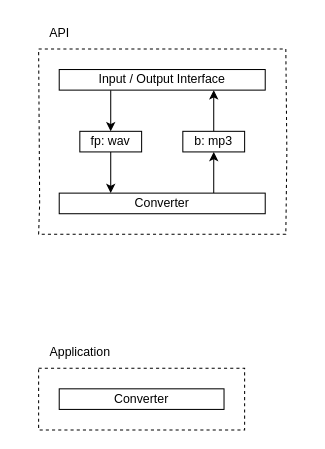
The draw.io diagram page "API" (2 of 3) of _readme/Diagram.drawio in ames0k0/TP--Audio-File-Converter, before the edit. Source tidied: cells renumbered, new cells numbered last; positions are measured from the earlier drawing's top-left corner, leaving out a move shared by most shapes. Both pictures are drawn from the tidied source at 103%, with x=0, y=0 at pixel (38, 18).
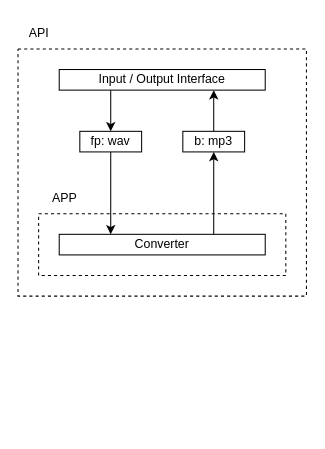
The same page after the edit.

Commit message (it also covers changes not shown here):
api: Updated `converter()`

Unchanged cells that the change refers to:
```xml
<mxCell id="7" value="b: mp3" style="whiteSpace=wrap;html=1;" parent="1" vertex="1">
  <mxGeometry x="140" y="110" width="60" height="20" as="geometry" />
</mxCell>
<mxCell id="11" value="fp: wav" style="whiteSpace=wrap;html=1;" parent="1" vertex="1">
  <mxGeometry x="40" y="110" width="60" height="20" as="geometry" />
</mxCell>
```

The edit, as a diff of the source:
```diff
@@
-    <mxCell id="2" style="endArrow=none;dashed=1;html=1;rounded=0;" parent="1" edge="1">
-      <mxGeometry relative="1" as="geometry">
-        <mxPoint y="30" as="sourcePoint" />
-        <mxPoint y="30" as="targetPoint" />
-        <Array as="points">
-          <mxPoint x="121" y="30" />
-          <mxPoint x="240" y="30" />
-          <mxPoint x="241" y="130" />
-          <mxPoint x="240" y="210" />
-          <mxPoint y="210" />
-          <mxPoint x="1" y="180" />
-        </Array>
-      </mxGeometry>
-    </mxCell>
+    <mxCell id="15" style="endArrow=none;dashed=1;html=1;rounded=0;" parent="1" edge="1">
+      <mxGeometry relative="1" as="geometry">
+        <mxPoint x="-20" y="30" as="sourcePoint" />
+        <mxPoint x="-20" y="30" as="targetPoint" />
+        <Array as="points">
+          <mxPoint x="121" y="30" />
+          <mxPoint x="260" y="30" />
+          <mxPoint x="260" y="270" />
+          <mxPoint x="-20" y="270" />
+          <mxPoint x="-20" y="150" />
+        </Array>
+      </mxGeometry>
+    </mxCell>
     <mxCell id="3" value="API" style="text;html=1;align=center;verticalAlign=middle;strokeColor=none;fillColor=none;" parent="1" vertex="1">
-      <mxGeometry width="40" height="30" as="geometry" />
+      <mxGeometry x="-20" width="40" height="30" as="geometry" />
     </mxCell>
-    <mxCell id="4" style="edgeStyle=orthogonalEdgeStyle;rounded=0;jettySize=auto;html=1;exitX=0.75;exitY=0;exitDx=0;exitDy=0;" parent="1" edge="1" source="5" target="7">
-      <mxGeometry relative="1" as="geometry" />
-    </mxCell>
-    <mxCell id="5" value="Converter" style="whiteSpace=wrap;html=1;" parent="1" vertex="1">
-      <mxGeometry x="20" y="170" width="200" height="20" as="geometry" />
-    </mxCell>
+    <mxCell id="16" style="edgeStyle=orthogonalEdgeStyle;rounded=0;jettySize=auto;html=1;exitX=0.75;exitY=0;exitDx=0;exitDy=0;" parent="1" edge="1" source="17" target="7">
+      <mxGeometry relative="1" as="geometry" />
+    </mxCell>
+    <mxCell id="17" value="Converter" style="whiteSpace=wrap;html=1;" parent="1" vertex="1">
+      <mxGeometry x="20" y="210" width="200" height="20" as="geometry" />
+    </mxCell>
@@
-    <mxCell id="10" style="edgeStyle=orthogonalEdgeStyle;rounded=0;jettySize=auto;html=1;entryX=0.25;entryY=0;entryDx=0;entryDy=0;" parent="1" edge="1" source="11" target="5">
-      <mxGeometry relative="1" as="geometry" />
-    </mxCell>
+    <mxCell id="18" style="edgeStyle=orthogonalEdgeStyle;rounded=0;jettySize=auto;html=1;entryX=0.25;entryY=0;entryDx=0;entryDy=0;" parent="1" edge="1" source="11" target="17">
+      <mxGeometry relative="1" as="geometry" />
+    </mxCell>
@@
-    <mxCell id="12" value="Converter" style="whiteSpace=wrap;html=1;" parent="1" vertex="1">
-      <mxGeometry x="20" y="360" width="160" height="20" as="geometry" />
-    </mxCell>
-    <mxCell id="13" style="endArrow=none;dashed=1;html=1;rounded=0;" parent="1" edge="1">
-      <mxGeometry relative="1" as="geometry">
-        <mxPoint y="340" as="sourcePoint" />
-        <mxPoint y="340" as="targetPoint" />
-        <Array as="points">
-          <mxPoint x="100" y="340" />
-          <mxPoint x="200" y="340" />
-          <mxPoint x="200" y="400" />
-          <mxPoint y="400" />
-        </Array>
-      </mxGeometry>
-    </mxCell>
-    <mxCell id="14" value="Application" style="text;html=1;align=center;verticalAlign=middle;strokeColor=none;fillColor=none;" parent="1" vertex="1">
-      <mxGeometry y="310" width="80" height="30" as="geometry" />
-    </mxCell>
+    <mxCell id="19" style="endArrow=none;dashed=1;html=1;rounded=0;" parent="1" edge="1">
+      <mxGeometry relative="1" as="geometry">
+        <mxPoint y="190" as="sourcePoint" />
+        <mxPoint y="190" as="targetPoint" />
+        <Array as="points">
+          <mxPoint x="120" y="190" />
+          <mxPoint x="240" y="190" />
+          <mxPoint x="240" y="250" />
+          <mxPoint y="250" />
+        </Array>
+      </mxGeometry>
+    </mxCell>
+    <mxCell id="20" value="APP" style="text;html=1;align=center;verticalAlign=middle;strokeColor=none;fillColor=none;" parent="1" vertex="1">
+      <mxGeometry y="160" width="50" height="30" as="geometry" />
+    </mxCell>
```
